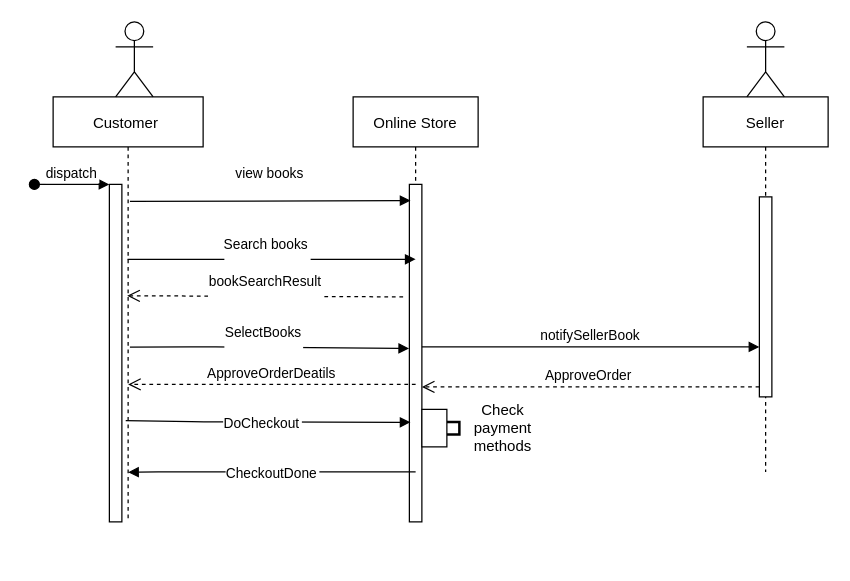
This is Untitled Diagram.drawio from hadeelsala7/Sequence-Diagram, a draw.io file, before an edit. Source tidied: cells renumbered, new cells numbered last; positions are measured from the earlier drawing's top-left corner, leaving out a move shared by most shapes. Both pictures are drawn from the tidied source at 125%, with x=0, y=0 at pixel (34, 21).
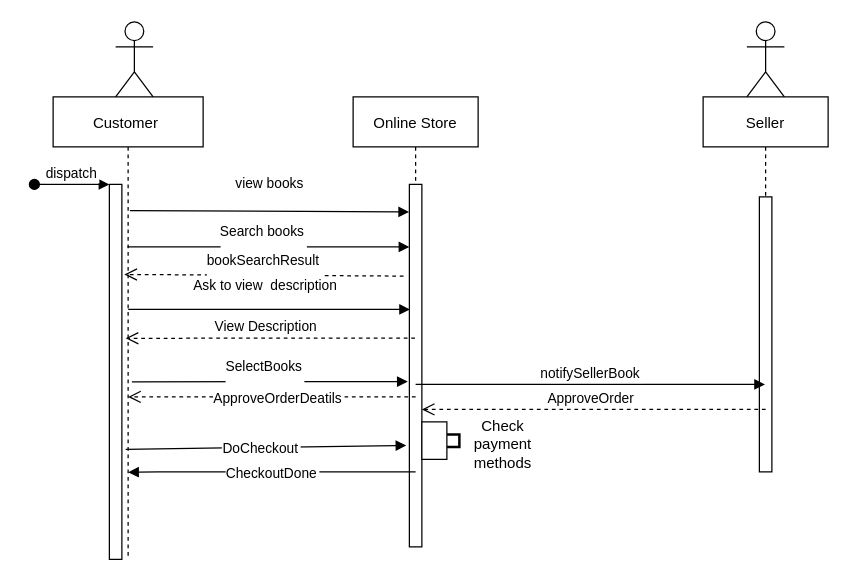
The same diagram, later.

The change refers to these unchanged cells:
```xml
<mxCell id="4" value="Seller" style="shape=umlLifeline;perimeter=lifelinePerimeter;rounded=0;shadow=0;strokeWidth=1;" parent="1" vertex="1">
  <mxGeometry x="535" y="60" width="100" height="300" as="geometry" />
</mxCell>
```

Diff of the diagram source:
```diff
@@
     <mxCell id="2" value="Online Store" style="shape=umlLifeline;perimeter=lifelinePerimeter;rounded=0;shadow=0;strokeWidth=1;" parent="1" vertex="1">
-      <mxGeometry x="255" y="60" width="100" height="340" as="geometry" />
+      <mxGeometry x="255" y="60" width="100" height="360" as="geometry" />
     </mxCell>
     <mxCell id="3" style="points=[];perimeter=orthogonalPerimeter;rounded=0;shadow=0;strokeWidth=1;" parent="2" vertex="1">
-      <mxGeometry x="45" y="70" width="10" height="270" as="geometry" />
+      <mxGeometry x="45" y="70" width="10" height="290" as="geometry" />
     </mxCell>
@@
     <mxCell id="5" style="points=[];perimeter=orthogonalPerimeter;rounded=0;shadow=0;strokeWidth=1;" parent="4" vertex="1">
-      <mxGeometry x="45" y="80" width="10" height="160" as="geometry" />
+      <mxGeometry x="45" y="80" width="10" height="220" as="geometry" />
     </mxCell>
-    <mxCell id="6" value="ApproveOrder " style="verticalAlign=bottom;endArrow=open;dashed=1;endSize=8;exitX=0;exitY=0.95;shadow=0;strokeWidth=1;" parent="1" edge="1" source="5" target="3">
-      <mxGeometry relative="1" as="geometry" />
+    <mxCell id="6" value="ApproveOrder " style="verticalAlign=bottom;endArrow=open;dashed=1;endSize=8;shadow=0;strokeWidth=1;" parent="1" edge="1" target="3">
+      <mxGeometry relative="1" as="geometry">
+        <mxPoint x="585" y="310" as="sourcePoint" />
+        <Array as="points">
+          <mxPoint x="395" y="310" />
+        </Array>
+      </mxGeometry>
     </mxCell>
     <mxCell id="7" value="Customer " style="shape=umlLifeline;perimeter=lifelinePerimeter;rounded=0;shadow=0;strokeWidth=1;" parent="1" vertex="1">
-      <mxGeometry x="15" y="60" width="120" height="340" as="geometry" />
+      <mxGeometry x="15" y="60" width="120" height="370" as="geometry" />
     </mxCell>
     <mxCell id="8" style="points=[];perimeter=orthogonalPerimeter;rounded=0;shadow=0;strokeWidth=1;" parent="7" vertex="1">
-      <mxGeometry x="45" y="70" width="10" height="270" as="geometry" />
+      <mxGeometry x="45" y="70" width="10" height="300" as="geometry" />
     </mxCell>
@@
-    <mxCell id="12" value="view books&#10;" style="verticalAlign=bottom;endArrow=block;shadow=0;strokeWidth=1;entryX=0.09;entryY=0.048;entryDx=0;entryDy=0;entryPerimeter=0;exitX=0.512;exitY=0.246;exitDx=0;exitDy=0;exitPerimeter=0;" parent="1" edge="1" source="7" target="3">
+    <mxCell id="12" value="view books&#10;" style="verticalAlign=bottom;endArrow=block;shadow=0;strokeWidth=1;entryX=-0.022;entryY=0.076;entryDx=0;entryDy=0;entryPerimeter=0;exitX=0.512;exitY=0.246;exitDx=0;exitDy=0;exitPerimeter=0;" parent="1" edge="1" source="7" target="3">
       <mxGeometry relative="1" as="geometry" />
     </mxCell>
-    <mxCell id="13" value="Search books&#10;" style="verticalAlign=bottom;endArrow=block;shadow=0;strokeWidth=1;entryX=0.5;entryY=0.222;entryDx=0;entryDy=0;entryPerimeter=0;" parent="1" edge="1" source="7" target="3">
+    <mxCell id="13" value="Search books&#10;" style="verticalAlign=bottom;endArrow=block;shadow=0;strokeWidth=1;" parent="1" edge="1" source="7" target="3">
       <mxGeometry x="-0.04" y="-10" relative="1" as="geometry">
         <Array as="points">
-          <mxPoint x="255" y="190" />
+          <mxPoint x="85" y="180" />
+          <mxPoint x="175" y="180" />
+          <mxPoint x="255" y="180" />
         </Array>
       </mxGeometry>
     </mxCell>
-    <mxCell id="14" value="SelectBooks&#10;" style="verticalAlign=bottom;endArrow=block;shadow=0;strokeWidth=1;exitX=0.512;exitY=0.589;exitDx=0;exitDy=0;exitPerimeter=0;entryX=-0.022;entryY=0.486;entryDx=0;entryDy=0;entryPerimeter=0;" parent="1" edge="1" source="7" target="3">
+    <mxCell id="14" value="SelectBooks&#10;" style="verticalAlign=bottom;endArrow=block;shadow=0;strokeWidth=1;entryX=-0.133;entryY=0.544;entryDx=0;entryDy=0;entryPerimeter=0;" parent="1" edge="1" target="3">
       <mxGeometry x="-0.04" y="-10" relative="1" as="geometry">
-        <Array as="points">
-          <mxPoint x="135" y="260" />
-        </Array>
+        <mxPoint x="78" y="288" as="sourcePoint" />
       </mxGeometry>
     </mxCell>
-    <mxCell id="15" value="bookSearchResult&#10;" style="verticalAlign=bottom;endArrow=open;dashed=1;endSize=8;shadow=0;strokeWidth=1;entryX=0.494;entryY=0.468;entryDx=0;entryDy=0;entryPerimeter=0;" parent="1" edge="1" target="7">
-      <mxGeometry y="10" relative="1" as="geometry">
-        <mxPoint x="295" y="220" as="sourcePoint" />
-      </mxGeometry>
+    <mxCell id="15" value="bookSearchResult&#10;" style="verticalAlign=bottom;endArrow=open;dashed=1;endSize=8;shadow=0;strokeWidth=1;entryX=0.475;entryY=0.384;entryDx=0;entryDy=0;entryPerimeter=0;exitX=-0.466;exitY=0.253;exitDx=0;exitDy=0;exitPerimeter=0;" parent="1" edge="1" source="3" target="7">
+      <mxGeometry y="10" relative="1" as="geometry" />
     </mxCell>
-    <mxCell id="16" value="notifySellerBook" style="verticalAlign=bottom;endArrow=block;entryX=0;entryY=0;shadow=0;strokeWidth=1;" parent="1" edge="1">
+    <mxCell id="16" value="notifySellerBook" style="verticalAlign=bottom;endArrow=block;shadow=0;strokeWidth=1;" parent="1" edge="1" target="4">
       <mxGeometry relative="1" as="geometry">
-        <mxPoint x="310" y="260" as="sourcePoint" />
-        <mxPoint x="580" y="260" as="targetPoint" />
+        <mxPoint x="305" y="290" as="sourcePoint" />
+        <Array as="points">
+          <mxPoint x="325" y="290" />
+          <mxPoint x="505" y="290" />
+        </Array>
       </mxGeometry>
     </mxCell>
-    <mxCell id="17" value="DoCheckout" style="verticalAlign=bottom;endArrow=block;shadow=0;strokeWidth=1;exitX=0.484;exitY=0.762;exitDx=0;exitDy=0;exitPerimeter=0;entryX=0.09;entryY=0.705;entryDx=0;entryDy=0;entryPerimeter=0;" parent="1" edge="1" source="7" target="3">
-      <mxGeometry x="-0.04" y="-10" relative="1" as="geometry">
-        <Array as="points">
-          <mxPoint x="135.7" y="320" />
-        </Array>
-      </mxGeometry>
+    <mxCell id="17" value="DoCheckout" style="verticalAlign=bottom;endArrow=block;shadow=0;strokeWidth=1;exitX=0.484;exitY=0.762;exitDx=0;exitDy=0;exitPerimeter=0;entryX=-0.244;entryY=0.72;entryDx=0;entryDy=0;entryPerimeter=0;" parent="1" edge="1" source="7" target="3">
+      <mxGeometry x="-0.04" y="-10" relative="1" as="geometry" />
     </mxCell>
@@
     <mxCell id="19" style="strokeWidth=2;html=1;shape=mxgraph.flowchart.annotation_1;align=left;rotation=-180;" parent="1" vertex="1">
-      <mxGeometry x="330" y="320" width="10" height="10" as="geometry" />
+      <mxGeometry x="330" y="330" width="10" height="10" as="geometry" />
     </mxCell>
     <mxCell id="20" style="rounded=0;whiteSpace=wrap;html=1;" parent="1" vertex="1">
-      <mxGeometry x="310" y="310" width="20" height="30" as="geometry" />
+      <mxGeometry x="310" y="320" width="20" height="30" as="geometry" />
     </mxCell>
     <mxCell id="21" value="Check payment methods&lt;br&gt;" style="text;html=1;strokeColor=none;fillColor=none;align=center;verticalAlign=middle;whiteSpace=wrap;rounded=0;" parent="1" vertex="1">
-      <mxGeometry x="355" y="315" width="40" height="20" as="geometry" />
+      <mxGeometry x="355" y="335" width="40" height="5" as="geometry" />
     </mxCell>
     <mxCell id="22" value="ApproveOrderDeatils" style="verticalAlign=bottom;endArrow=open;dashed=1;endSize=8;exitX=0;exitY=0.95;shadow=0;strokeWidth=1;" parent="1" edge="1">
-      <mxGeometry relative="1" as="geometry">
-        <mxPoint x="305" y="290" as="sourcePoint" />
-        <mxPoint x="75" y="290" as="targetPoint" />
+      <mxGeometry x="-0.04" y="10" relative="1" as="geometry">
+        <mxPoint x="305" y="300" as="sourcePoint" />
+        <mxPoint x="75" y="300" as="targetPoint" />
       </mxGeometry>
     </mxCell>
+    <mxCell id="23" value="Ask to view  description" style="verticalAlign=bottom;endArrow=block;shadow=0;strokeWidth=1;" parent="1" edge="1">
+      <mxGeometry x="-0.02" y="10" relative="1" as="geometry">
+        <mxPoint x="75" y="230" as="sourcePoint" />
+        <mxPoint x="300.5" y="230" as="targetPoint" />
+        <Array as="points">
+          <mxPoint x="85.5" y="230" />
+          <mxPoint x="175.5" y="230" />
+          <mxPoint x="255.5" y="230" />
+        </Array>
+      </mxGeometry>
+    </mxCell>
+    <mxCell id="24" value="View Description" style="verticalAlign=bottom;endArrow=open;dashed=1;endSize=8;shadow=0;strokeWidth=1;entryX=0.484;entryY=0.522;entryDx=0;entryDy=0;entryPerimeter=0;" parent="1" edge="1" source="2" target="7">
+      <mxGeometry x="0.03" relative="1" as="geometry">
+        <Array as="points">
+          <mxPoint x="235" y="253" />
+        </Array>
+      </mxGeometry>
+    </mxCell>
```
